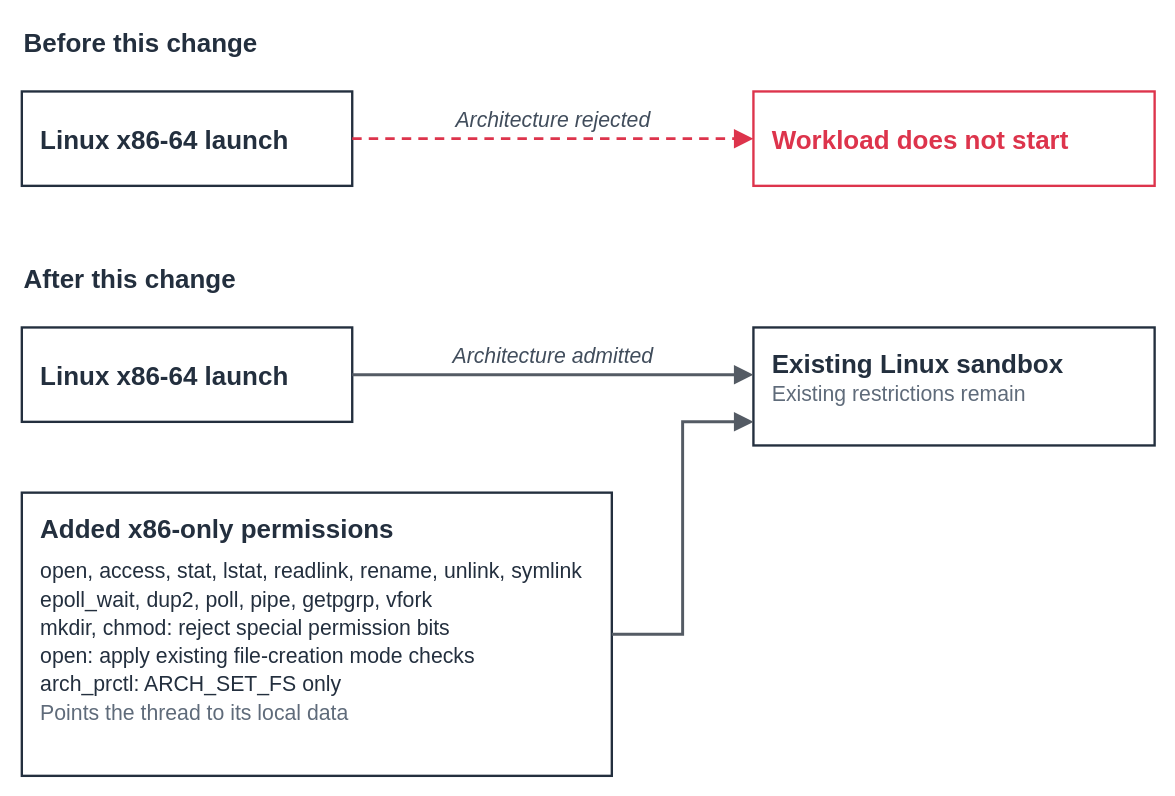
Before: docs/design/images/linux-x86-runtime-startup.drawio in strands-agents/box, a draw.io diagram. Source tidied: cells renumbered, new cells numbered last; positions are measured from the earlier drawing's top-left corner, leaving out a move shared by most shapes. Both pictures are drawn from the tidied source at 118%, with x=0, y=0 at pixel (21, 20).
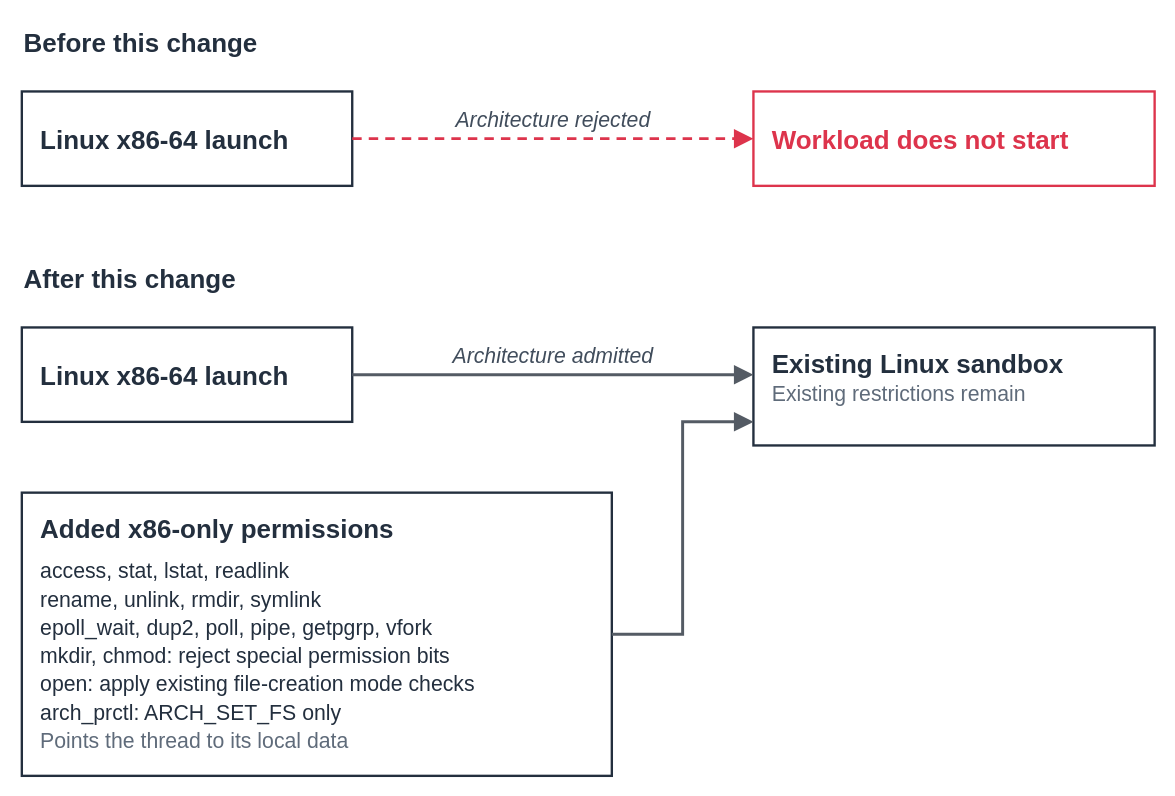
Above is the later version.

What changed in the source:
```diff
@@
 <mxGraphModel background="#ffffff">
   <root>
     <mxCell id="0" />
     <mxCell id="1" parent="0" />
     <mxCell id="2" value="&lt;div style=&quot;font-size:22px;line-height:26.4px;font-weight:bold&quot;&gt;Before this change&lt;/div&gt;" style="text;html=1;whiteSpace=nowrap;align=left;verticalAlign=top;strokeColor=none;fillColor=none;fontSize=22;fontStyle=1;fontColor=#232F3E;fontFamily=Arial,Helvetica,sans-serif;" parent="1" vertex="1">
       <mxGeometry width="960" height="40" as="geometry" />
     </mxCell>
     <mxCell id="3" value="&lt;div style=&quot;font-size:22px;line-height:26.4px;font-weight:bold&quot;&gt;After this change&lt;/div&gt;" style="text;html=1;whiteSpace=nowrap;align=left;verticalAlign=top;strokeColor=none;fillColor=none;fontSize=22;fontStyle=1;fontColor=#232F3E;fontFamily=Arial,Helvetica,sans-serif;" parent="1" vertex="1">
       <mxGeometry y="200" width="960" height="40" as="geometry" />
     </mxCell>
     <mxCell id="4" value="&lt;div style=&quot;font-size:22px;line-height:26.4px;font-weight:bold&quot;&gt;Linux x86-64 launch&lt;/div&gt;" style="rounded=0;html=1;whiteSpace=nowrap;fillColor=none;strokeWidth=2;dashed=0;verticalAlign=top;align=left;spacing=0;spacingLeft=16;fontSize=14;fontStyle=1;fontFamily=Arial,Helvetica,sans-serif;strokeColor=#232F3E;fontColor=#232F3E;spacingTop=24;" parent="1" vertex="1">
       <mxGeometry y="60" width="280" height="80" as="geometry" />
     </mxCell>
     <mxCell id="5" value="&lt;div style=&quot;font-size:22px;line-height:26.4px;font-weight:bold&quot;&gt;Workload does not start&lt;/div&gt;" style="rounded=0;html=1;whiteSpace=nowrap;fillColor=none;strokeWidth=2;dashed=0;verticalAlign=top;align=left;spacing=0;spacingLeft=16;fontSize=14;fontStyle=1;fontFamily=Arial,Helvetica,sans-serif;strokeColor=#DD344C;fontColor=#DD344C;spacingTop=24;" parent="1" vertex="1">
       <mxGeometry x="620" y="60" width="340" height="80" as="geometry" />
     </mxCell>
     <mxCell id="6" value="&lt;div style=&quot;font-size:22px;line-height:26.4px;font-weight:bold&quot;&gt;Linux x86-64 launch&lt;/div&gt;" style="rounded=0;html=1;whiteSpace=nowrap;fillColor=none;strokeWidth=2;dashed=0;verticalAlign=top;align=left;spacing=0;spacingLeft=16;fontSize=14;fontStyle=1;fontFamily=Arial,Helvetica,sans-serif;strokeColor=#232F3E;fontColor=#232F3E;spacingTop=24;" parent="1" vertex="1">
       <mxGeometry y="260" width="280" height="80" as="geometry" />
     </mxCell>
     <mxCell id="7" value="&lt;div style=&quot;font-size:22px;line-height:26.4px;font-weight:bold&quot;&gt;Existing Linux sandbox&lt;/div&gt;&lt;div style=&quot;font-size:18px;line-height:24px;font-weight:normal;color:#5F6B7A&quot;&gt;Existing restrictions remain&lt;/div&gt;" style="rounded=0;html=1;whiteSpace=nowrap;fillColor=none;strokeWidth=2;dashed=0;verticalAlign=top;align=left;spacing=0;spacingLeft=16;fontSize=14;fontStyle=1;fontFamily=Arial,Helvetica,sans-serif;strokeColor=#232F3E;fontColor=#232F3E;spacingTop=14;" parent="1" vertex="1">
       <mxGeometry x="620" y="260" width="340" height="100" as="geometry" />
     </mxCell>
-    <mxCell id="8" value="&lt;div style=&quot;font-size:22px;line-height:26.4px;font-weight:bold&quot;&gt;Added x86-only permissions&lt;/div&gt;&lt;div style=&quot;height:10px&quot;&gt;&lt;/div&gt;&lt;div style=&quot;font-size:18px;line-height:24px;font-weight:normal&quot;&gt;open, access, stat, lstat, readlink, rename, unlink, symlink&lt;/div&gt;&lt;div style=&quot;font-size:18px;line-height:24px;font-weight:normal&quot;&gt;epoll_wait, dup2, poll, pipe, getpgrp, vfork&lt;/div&gt;&lt;div style=&quot;font-size:18px;line-height:24px;font-weight:normal&quot;&gt;mkdir, chmod: reject special permission bits&lt;/div&gt;&lt;div style=&quot;font-size:18px;line-height:24px;font-weight:normal&quot;&gt;open: apply existing file-creation mode checks&lt;/div&gt;&lt;div style=&quot;font-size:18px;line-height:24px;font-weight:normal&quot;&gt;arch_prctl: ARCH_SET_FS only&lt;/div&gt;&lt;div style=&quot;font-size:18px;line-height:24px;font-weight:normal;color:#5F6B7A&quot;&gt;Points the thread to its local data&lt;/div&gt;" style="rounded=0;html=1;whiteSpace=nowrap;fillColor=none;strokeWidth=2;dashed=0;verticalAlign=top;align=left;spacing=0;spacingLeft=16;fontSize=14;fontStyle=1;fontFamily=Arial,Helvetica,sans-serif;strokeColor=#232F3E;fontColor=#232F3E;spacingTop=14;" parent="1" vertex="1">
+    <mxCell id="8" value="&lt;div style=&quot;font-size:22px;line-height:26.4px;font-weight:bold&quot;&gt;Added x86-only permissions&lt;/div&gt;&lt;div style=&quot;height:10px&quot;&gt;&lt;/div&gt;&lt;div style=&quot;font-size:18px;line-height:24px;font-weight:normal&quot;&gt;access, stat, lstat, readlink&lt;/div&gt;&lt;div style=&quot;font-size:18px;line-height:24px;font-weight:normal&quot;&gt;rename, unlink, rmdir, symlink&lt;/div&gt;&lt;div style=&quot;font-size:18px;line-height:24px;font-weight:normal&quot;&gt;epoll_wait, dup2, poll, pipe, getpgrp, vfork&lt;/div&gt;&lt;div style=&quot;font-size:18px;line-height:24px;font-weight:normal&quot;&gt;mkdir, chmod: reject special permission bits&lt;/div&gt;&lt;div style=&quot;font-size:18px;line-height:24px;font-weight:normal&quot;&gt;open: apply existing file-creation mode checks&lt;/div&gt;&lt;div style=&quot;font-size:18px;line-height:24px;font-weight:normal&quot;&gt;arch_prctl: ARCH_SET_FS only&lt;/div&gt;&lt;div style=&quot;font-size:18px;line-height:24px;font-weight:normal;color:#5F6B7A&quot;&gt;Points the thread to its local data&lt;/div&gt;" style="rounded=0;html=1;whiteSpace=nowrap;fillColor=none;strokeWidth=2;dashed=0;verticalAlign=top;align=left;spacing=0;spacingLeft=16;fontSize=14;fontStyle=1;fontFamily=Arial,Helvetica,sans-serif;strokeColor=#232F3E;fontColor=#232F3E;spacingTop=14;" parent="1" vertex="1">
       <mxGeometry y="400" width="500" height="240" as="geometry" />
     </mxCell>
     <mxCell id="9" value="Architecture rejected" style="edgeStyle=orthogonalEdgeStyle;rounded=0;html=1;strokeWidth=2.5;endArrow=block;endFill=1;endSize=10;startArrow=none;exitX=1;exitY=0.5;exitDx=0;exitDy=0;entryX=0;entryY=0.5;entryDx=0;entryDy=0;fontSize=18;fontStyle=2;fontColor=#414D5C;labelBackgroundColor=none;fontFamily=Arial,Helvetica,sans-serif;strokeColor=#DD344C;dashed=1;dashPattern=8 6;fixDash=1;" parent="1" edge="1" source="4" target="5">
       <mxGeometry relative="1" as="geometry">
         <Array as="points">
           <mxPoint x="450" y="100" />
         </Array>
         <mxPoint y="-15" as="offset" />
       </mxGeometry>
     </mxCell>
     <mxCell id="10" value="Architecture admitted" style="edgeStyle=orthogonalEdgeStyle;rounded=0;html=1;strokeWidth=2.5;endArrow=block;endFill=1;endSize=10;startArrow=none;exitX=1;exitY=0.5;exitDx=0;exitDy=0;entryX=0;entryY=0.4;entryDx=0;entryDy=0;fontSize=18;fontStyle=2;fontColor=#414D5C;labelBackgroundColor=none;fontFamily=Arial,Helvetica,sans-serif;strokeColor=#545B64;dashed=0;" parent="1" edge="1" source="6" target="7">
       <mxGeometry relative="1" as="geometry">
         <Array as="points">
           <mxPoint x="450" y="300" />
         </Array>
         <mxPoint y="-15" as="offset" />
       </mxGeometry>
     </mxCell>
     <mxCell id="11" style="edgeStyle=orthogonalEdgeStyle;rounded=0;html=1;strokeWidth=2.5;endArrow=block;endFill=1;endSize=10;startArrow=none;exitX=1;exitY=0.5;exitDx=0;exitDy=0;entryX=0;entryY=0.8;entryDx=0;entryDy=0;fontSize=18;fontStyle=2;fontColor=#414D5C;labelBackgroundColor=none;fontFamily=Arial,Helvetica,sans-serif;strokeColor=#545B64;dashed=0;" parent="1" edge="1" source="8" target="7">
       <mxGeometry relative="1" as="geometry">
         <Array as="points">
           <mxPoint x="560" y="520" />
           <mxPoint x="560" y="340" />
         </Array>
         <mxPoint y="-15" as="offset" />
       </mxGeometry>
     </mxCell>
   </root>
 </mxGraphModel>
```
